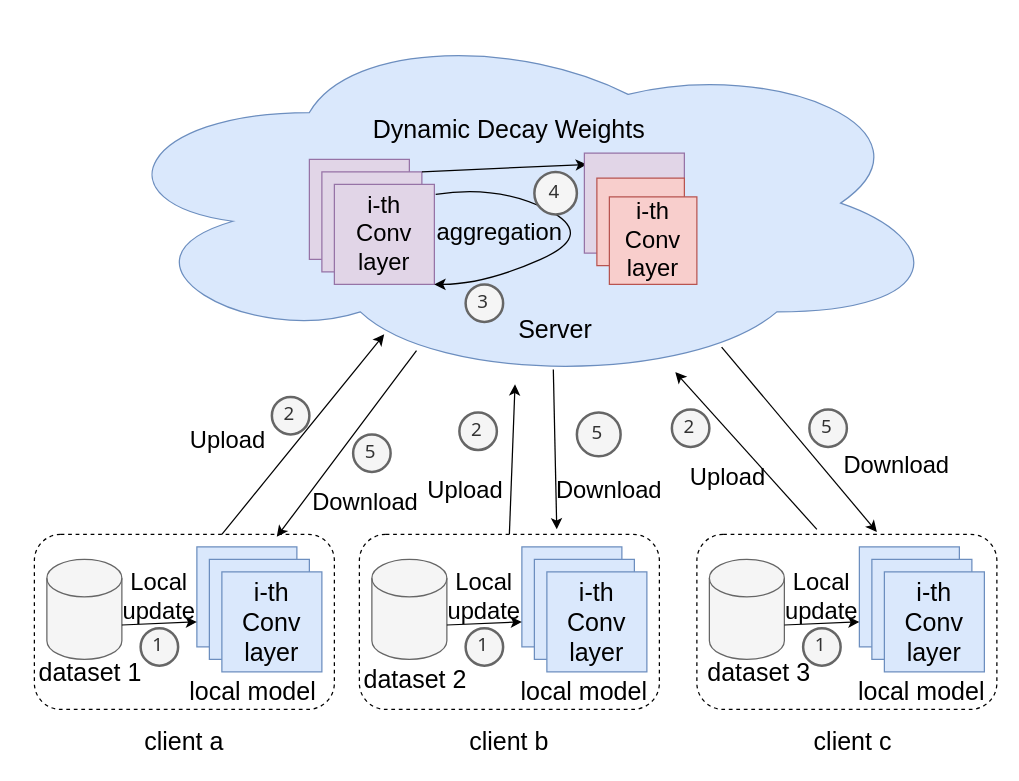
Above: page "Page-1" (1 of 3) of .github/Untitled Diagram.drawio in 2235425067/ExpressLRS (draw.io), before the change. Source tidied: cells renumbered, new cells numbered last; positions are measured from the earlier drawing's top-left corner, leaving out a move shared by most shapes. Both pictures are drawn from the tidied source at 125%, with x=0, y=0 at pixel (21, 21).
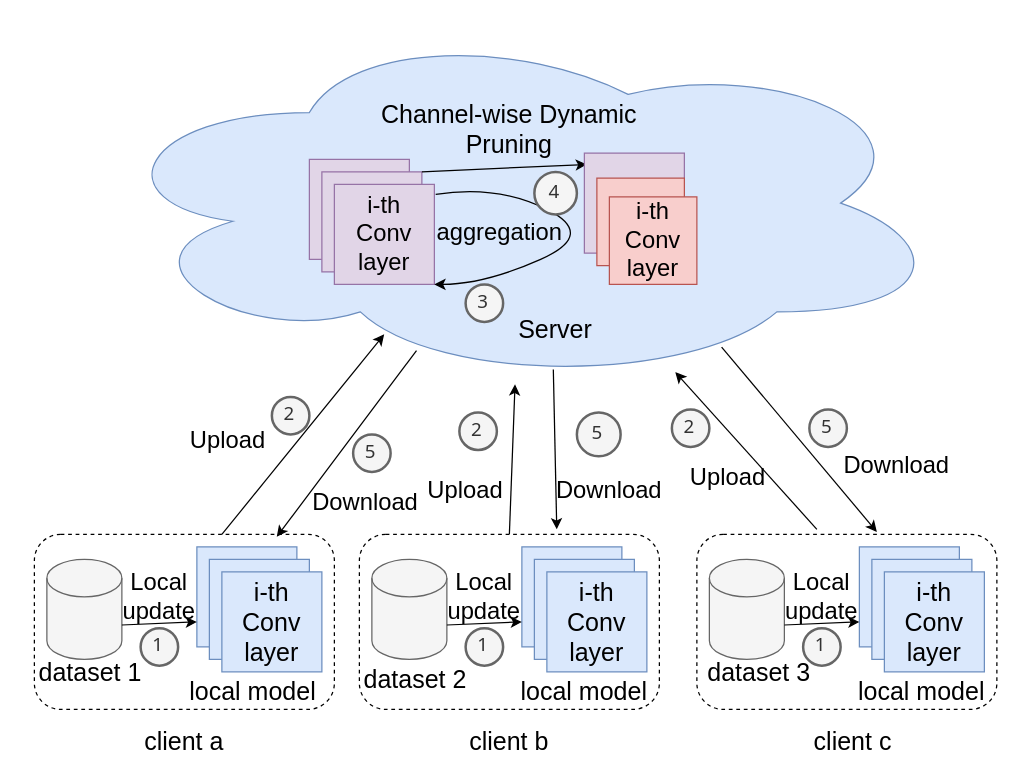
Above is the later version.

Diff of the diagram source:
```diff
@@
-    <mxCell id="52" value="&lt;font style=&quot;font-size: 20px;&quot;&gt;Dynamic Decay Weights&lt;/font&gt;" style="text;html=1;strokeColor=none;fillColor=none;align=center;verticalAlign=middle;whiteSpace=wrap;rounded=0;fontSize=12;" parent="1" vertex="1">
+    <mxCell id="52" value="&lt;span style=&quot;font-size: 20px;&quot;&gt;Channel-wise Dynamic Pruning&lt;/span&gt;" style="text;html=1;strokeColor=none;fillColor=none;align=center;verticalAlign=middle;whiteSpace=wrap;rounded=0;fontSize=12;" parent="1" vertex="1">
       <mxGeometry x="280" y="70" width="220" height="30" as="geometry" />
     </mxCell>
```
